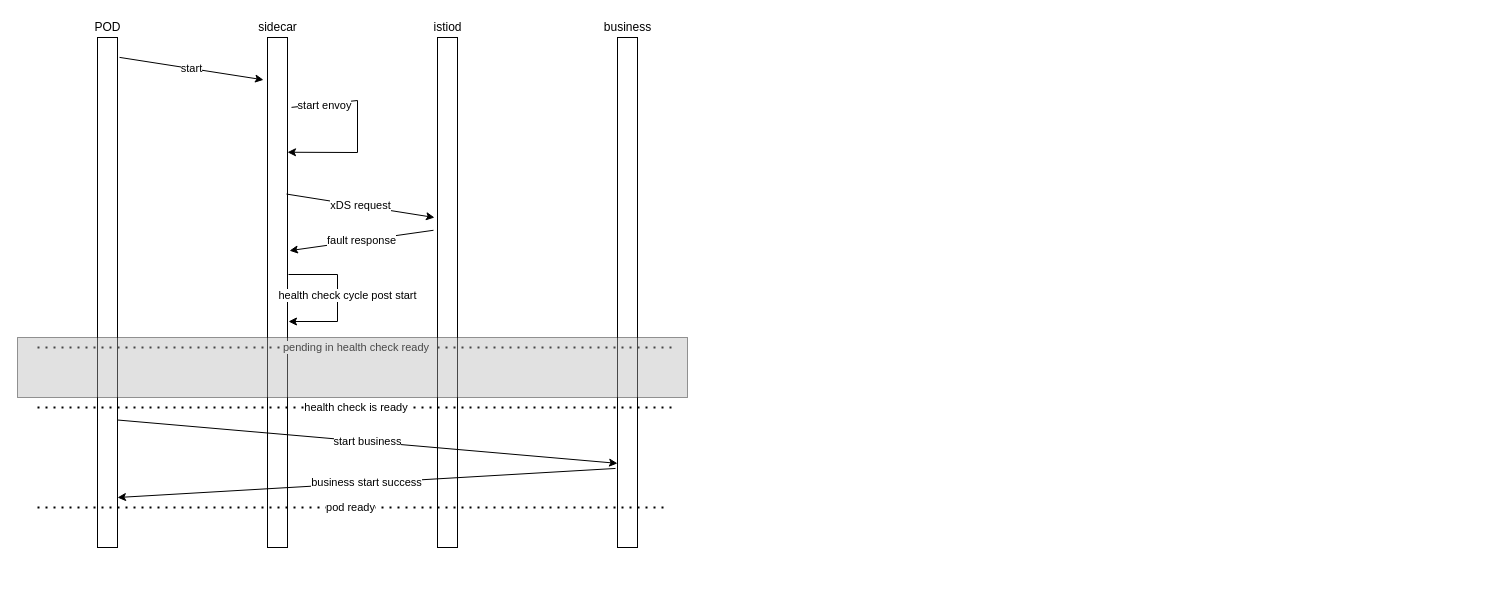
Earlier version of the draw.io diagram mesh/sidecar-startup.drawio (yueyangtian/draw). Source tidied: cells renumbered, new cells numbered last; positions are measured from the earlier drawing's top-left corner, leaving out a move shared by most shapes. Both pictures are drawn from the tidied source at 100%, with x=0, y=0 at pixel (17, 17).
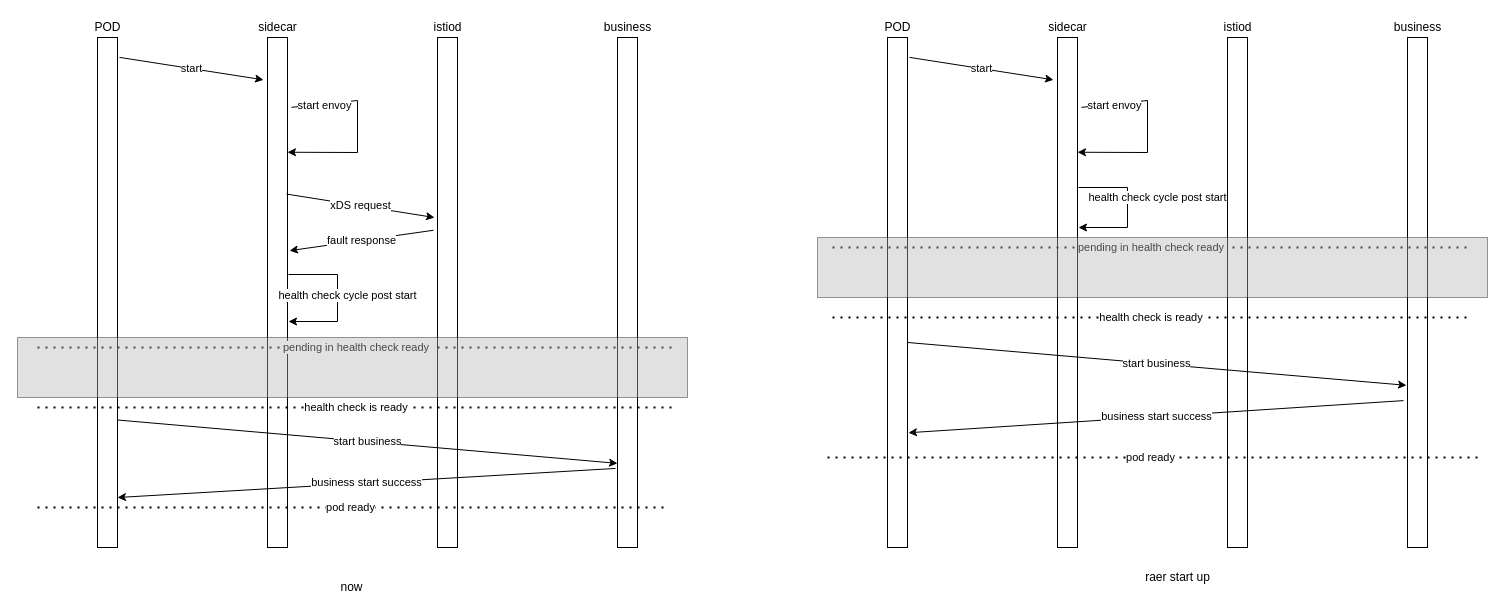
The same page after the edit.

Change to the diagram source:
```diff
@@
+    <mxCell id="23" style="rounded=0;whiteSpace=wrap;html=1;" parent="1" vertex="1">
+      <mxGeometry x="870" y="20" width="20" height="510" as="geometry" />
+    </mxCell>
+    <mxCell id="24" style="rounded=0;whiteSpace=wrap;html=1;" parent="1" vertex="1">
+      <mxGeometry x="1040" y="20" width="20" height="510" as="geometry" />
+    </mxCell>
+    <mxCell id="25" style="rounded=0;whiteSpace=wrap;html=1;" parent="1" vertex="1">
+      <mxGeometry x="1210" y="20" width="20" height="510" as="geometry" />
+    </mxCell>
+    <mxCell id="26" style="rounded=0;whiteSpace=wrap;html=1;" parent="1" vertex="1">
+      <mxGeometry x="1390" y="20" width="20" height="510" as="geometry" />
+    </mxCell>
+    <mxCell id="27" value="POD" style="text;html=1;align=center;verticalAlign=middle;strokeColor=none;fillColor=none;" parent="1" vertex="1">
+      <mxGeometry x="860" width="40" height="20" as="geometry" />
+    </mxCell>
+    <mxCell id="28" value="sidecar" style="text;html=1;align=center;verticalAlign=middle;strokeColor=none;fillColor=none;" parent="1" vertex="1">
+      <mxGeometry x="1025" width="50" height="20" as="geometry" />
+    </mxCell>
+    <mxCell id="29" value="istiod" style="text;html=1;align=center;verticalAlign=middle;strokeColor=none;fillColor=none;" parent="1" vertex="1">
+      <mxGeometry x="1200" width="40" height="20" as="geometry" />
+    </mxCell>
+    <mxCell id="30" value="business" style="text;html=1;align=center;verticalAlign=middle;strokeColor=none;fillColor=none;" parent="1" vertex="1">
+      <mxGeometry x="1370" width="60" height="20" as="geometry" />
+    </mxCell>
+    <mxCell id="31" value="start" style="endArrow=classic;html=1;rounded=0;exitX=1.1;exitY=0.039;exitDx=0;exitDy=0;exitPerimeter=0;entryX=-0.2;entryY=0.083;entryDx=0;entryDy=0;entryPerimeter=0;" parent="1" edge="1" source="23" target="24">
+      <mxGeometry relative="1" as="geometry" />
+    </mxCell>
+    <mxCell id="32" style="endArrow=classic;html=1;rounded=0;exitX=1.2;exitY=0.137;exitDx=0;exitDy=0;exitPerimeter=0;entryX=1;entryY=0.225;entryDx=0;entryDy=0;entryPerimeter=0;" parent="1" edge="1" source="24" target="24">
+      <mxGeometry relative="1" as="geometry">
+        <Array as="points">
+          <mxPoint x="1130" y="83" />
+          <mxPoint x="1130" y="135" />
+        </Array>
+      </mxGeometry>
+    </mxCell>
+    <mxCell id="33" value="start envoy" style="edgeLabel;html=1;align=center;verticalAlign=middle;" parent="32" vertex="1">
+      <mxGeometry x="-0.65" y="-1" relative="1" as="geometry" />
+    </mxCell>
+    <mxCell id="34" value="health check cycle post start" style="endArrow=classic;html=1;rounded=0;" parent="1" edge="1">
+      <mxGeometry x="-0.14" y="30" relative="1" as="geometry">
+        <mxPoint x="1061" y="170" as="sourcePoint" />
+        <mxPoint x="1061" y="210" as="targetPoint" />
+        <Array as="points">
+          <mxPoint x="1110" y="170" />
+          <mxPoint x="1110" y="210" />
+        </Array>
+      </mxGeometry>
+    </mxCell>
+    <mxCell id="35" value="pending in health check ready&amp;nbsp;" style="endArrow=none;dashed=1;html=1;dashPattern=1 3;strokeWidth=2;rounded=0;" parent="1" edge="1">
+      <mxGeometry relative="1" as="geometry">
+        <mxPoint x="815" y="230" as="sourcePoint" />
+        <mxPoint x="1455" y="230" as="targetPoint" />
+      </mxGeometry>
+    </mxCell>
+    <mxCell id="36" value="health check is ready&amp;nbsp;" style="endArrow=none;dashed=1;html=1;dashPattern=1 3;strokeWidth=2;rounded=0;" parent="1" edge="1">
+      <mxGeometry relative="1" as="geometry">
+        <mxPoint x="815" y="300" as="sourcePoint" />
+        <mxPoint x="1455" y="300" as="targetPoint" />
+      </mxGeometry>
+    </mxCell>
+    <mxCell id="37" value="start business" style="endArrow=classic;html=1;rounded=0;entryX=-0.05;entryY=0.682;entryDx=0;entryDy=0;entryPerimeter=0;exitX=1;exitY=0.598;exitDx=0;exitDy=0;exitPerimeter=0;" parent="1" edge="1" source="23" target="26">
+      <mxGeometry relative="1" as="geometry" />
+    </mxCell>
+    <mxCell id="38" value="business start success" style="endArrow=classic;html=1;rounded=0;entryX=1.05;entryY=0.775;entryDx=0;entryDy=0;exitX=-0.2;exitY=0.712;exitDx=0;exitDy=0;exitPerimeter=0;entryPerimeter=0;" parent="1" edge="1" source="26" target="23">
+      <mxGeometry relative="1" as="geometry" />
+    </mxCell>
+    <mxCell id="39" style="endArrow=none;dashed=1;html=1;dashPattern=1 3;strokeWidth=2;rounded=0;" parent="1" edge="1">
+      <mxGeometry relative="1" as="geometry">
+        <mxPoint x="810" y="440" as="sourcePoint" />
+        <mxPoint x="1460" y="440" as="targetPoint" />
+      </mxGeometry>
+    </mxCell>
+    <mxCell id="40" value="pod ready" style="edgeLabel;html=1;align=center;verticalAlign=middle;" parent="39" vertex="1">
+      <mxGeometry x="-0.01" y="1" relative="1" as="geometry" />
+    </mxCell>
+    <mxCell id="41" style="rounded=0;whiteSpace=wrap;html=1;sketch=0;shadow=0;fillColor=#B3B3B3;gradientColor=none;textOpacity=0;opacity=40;" parent="1" vertex="1">
+      <mxGeometry x="800" y="220" width="670" height="60" as="geometry" />
+    </mxCell>
+    <mxCell id="42" value="now" style="text;html=1;align=center;verticalAlign=middle;strokeColor=none;fillColor=none;" parent="1" vertex="1">
+      <mxGeometry x="314" y="560" width="40" height="20" as="geometry" />
+    </mxCell>
+    <mxCell id="43" value="raer start up" style="text;html=1;align=center;verticalAlign=middle;strokeColor=none;fillColor=none;" parent="1" vertex="1">
+      <mxGeometry x="1120" y="550" width="80" height="20" as="geometry" />
+    </mxCell>
```
